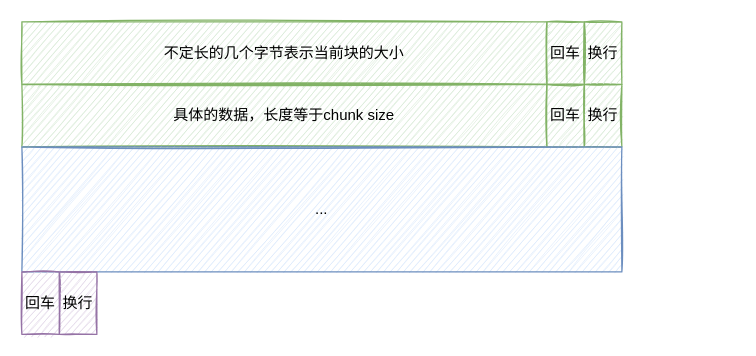
The draw.io diagram ck http chunk data.drawio in leonce28/draw-io-img, before the edit. Source tidied: cells renumbered, new cells numbered last; positions are measured from the earlier drawing's top-left corner, leaving out a move shared by most shapes. Both pictures are drawn from the tidied source at 125%, with x=0, y=0 at pixel (21, 21).
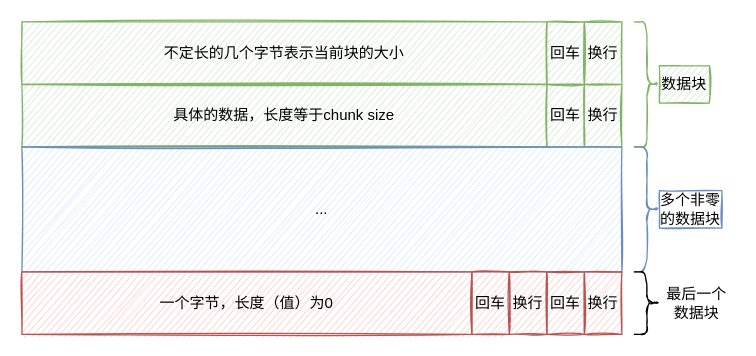
Above is the later version.

What changed in the source:
```diff
@@
 <mxGraphModel>
   <root>
     <mxCell id="0" />
     <mxCell id="1" parent="0" />
     <mxCell id="2" value="不定长的几个字节表示当前块的大小" style="rounded=0;whiteSpace=wrap;html=1;fillStyle=auto;fillColor=#d5e8d4;gradientDirection=north;sketch=1;strokeColor=#82b366;" parent="1" vertex="1">
       <mxGeometry width="420" height="50" as="geometry" />
     </mxCell>
     <mxCell id="3" value="具体的数据，长度等于chunk size" style="rounded=0;whiteSpace=wrap;html=1;fillStyle=auto;fillColor=#d5e8d4;gradientDirection=north;sketch=1;strokeColor=#82b366;" parent="1" vertex="1">
       <mxGeometry y="50" width="420" height="50" as="geometry" />
     </mxCell>
     <mxCell id="4" value="回车" style="rounded=0;whiteSpace=wrap;html=1;fillStyle=auto;fillColor=#d5e8d4;gradientDirection=north;sketch=1;strokeColor=#82b366;" parent="1" vertex="1">
       <mxGeometry x="420" y="50" width="30" height="50" as="geometry" />
     </mxCell>
     <mxCell id="5" value="换行" style="rounded=0;whiteSpace=wrap;html=1;fillStyle=auto;fillColor=#d5e8d4;gradientDirection=north;sketch=1;strokeColor=#82b366;" parent="1" vertex="1">
       <mxGeometry x="450" y="50" width="30" height="50" as="geometry" />
     </mxCell>
     <mxCell id="6" value="..." style="rounded=0;whiteSpace=wrap;html=1;fillStyle=auto;fillColor=#dae8fc;gradientDirection=north;sketch=1;strokeColor=#6c8ebf;" parent="1" vertex="1">
       <mxGeometry y="100" width="480" height="100" as="geometry" />
     </mxCell>
-    <mxCell id="7" value="回车" style="rounded=0;whiteSpace=wrap;html=1;fillStyle=auto;fillColor=#e1d5e7;gradientDirection=north;sketch=1;strokeColor=#9673a6;" parent="1" vertex="1">
-      <mxGeometry y="200" width="30" height="50" as="geometry" />
-    </mxCell>
-    <mxCell id="8" value="换行" style="rounded=0;whiteSpace=wrap;html=1;fillStyle=auto;fillColor=#e1d5e7;gradientDirection=north;sketch=1;strokeColor=#9673a6;" parent="1" vertex="1">
-      <mxGeometry x="30" y="200" width="30" height="50" as="geometry" />
-    </mxCell>
     <mxCell id="9" value="回车" style="rounded=0;whiteSpace=wrap;html=1;fillStyle=auto;fillColor=#d5e8d4;gradientDirection=north;sketch=1;strokeColor=#82b366;" parent="1" vertex="1">
       <mxGeometry x="420" width="30" height="50" as="geometry" />
     </mxCell>
     <mxCell id="10" value="换行" style="rounded=0;whiteSpace=wrap;html=1;fillStyle=auto;fillColor=#d5e8d4;gradientDirection=north;sketch=1;strokeColor=#82b366;" parent="1" vertex="1">
       <mxGeometry x="450" width="30" height="50" as="geometry" />
     </mxCell>
+    <mxCell id="11" value="一个字节，长度（值）为0" style="rounded=0;whiteSpace=wrap;html=1;fillStyle=auto;fillColor=#f8cecc;gradientDirection=north;sketch=1;strokeColor=#b85450;" parent="1" vertex="1">
+      <mxGeometry y="200" width="360" height="50" as="geometry" />
+    </mxCell>
+    <mxCell id="12" value="回车" style="rounded=0;whiteSpace=wrap;html=1;fillStyle=auto;fillColor=#f8cecc;gradientDirection=north;sketch=1;strokeColor=#b85450;" parent="1" vertex="1">
+      <mxGeometry x="420" y="200" width="30" height="50" as="geometry" />
+    </mxCell>
+    <mxCell id="13" value="换行" style="rounded=0;whiteSpace=wrap;html=1;fillStyle=auto;fillColor=#f8cecc;gradientDirection=north;sketch=1;strokeColor=#b85450;" parent="1" vertex="1">
+      <mxGeometry x="450" y="200" width="30" height="50" as="geometry" />
+    </mxCell>
+    <mxCell id="14" value="回车" style="rounded=0;whiteSpace=wrap;html=1;fillStyle=auto;fillColor=#f8cecc;gradientDirection=north;sketch=1;strokeColor=#b85450;" parent="1" vertex="1">
+      <mxGeometry x="360" y="200" width="30" height="50" as="geometry" />
+    </mxCell>
+    <mxCell id="15" value="换行" style="rounded=0;whiteSpace=wrap;html=1;fillStyle=auto;fillColor=#f8cecc;gradientDirection=north;sketch=1;strokeColor=#b85450;" parent="1" vertex="1">
+      <mxGeometry x="390" y="200" width="30" height="50" as="geometry" />
+    </mxCell>
+    <mxCell id="16" style="shape=curlyBracket;whiteSpace=wrap;html=1;rounded=1;flipH=1;sketch=1;fillColor=#d5e8d4;strokeColor=#82b366;" parent="1" vertex="1">
+      <mxGeometry x="490" width="20" height="100" as="geometry" />
+    </mxCell>
+    <mxCell id="17" value="数据块" style="text;html=1;strokeColor=#82b366;fillColor=#d5e8d4;align=center;verticalAlign=middle;whiteSpace=wrap;rounded=0;sketch=1;" parent="1" vertex="1">
+      <mxGeometry x="510" y="35" width="40" height="30" as="geometry" />
+    </mxCell>
+    <mxCell id="18" style="shape=curlyBracket;whiteSpace=wrap;html=1;rounded=1;flipH=1;sketch=1;fillColor=#dae8fc;strokeColor=#6c8ebf;" parent="1" vertex="1">
+      <mxGeometry x="490" y="100" width="20" height="100" as="geometry" />
+    </mxCell>
+    <mxCell id="19" value="多个非零&lt;br&gt;的数据块" style="text;html=1;strokeColor=#6c8ebf;fillColor=none;align=center;verticalAlign=middle;whiteSpace=wrap;rounded=0;sketch=1;" parent="1" vertex="1">
+      <mxGeometry x="510" y="135" width="50" height="30" as="geometry" />
+    </mxCell>
+    <mxCell id="20" style="shape=curlyBracket;whiteSpace=wrap;html=1;rounded=1;flipH=1;sketch=1;fillColor=default;gradientColor=none;" parent="1" vertex="1">
+      <mxGeometry x="490" y="200" width="20" height="50" as="geometry" />
+    </mxCell>
+    <mxCell id="21" value="最后一个&lt;br&gt;数据块" style="text;html=1;strokeColor=none;fillColor=none;align=center;verticalAlign=middle;whiteSpace=wrap;rounded=0;sketch=1;" parent="1" vertex="1">
+      <mxGeometry x="510" y="210" width="60" height="30" as="geometry" />
+    </mxCell>
   </root>
 </mxGraphModel>
```
